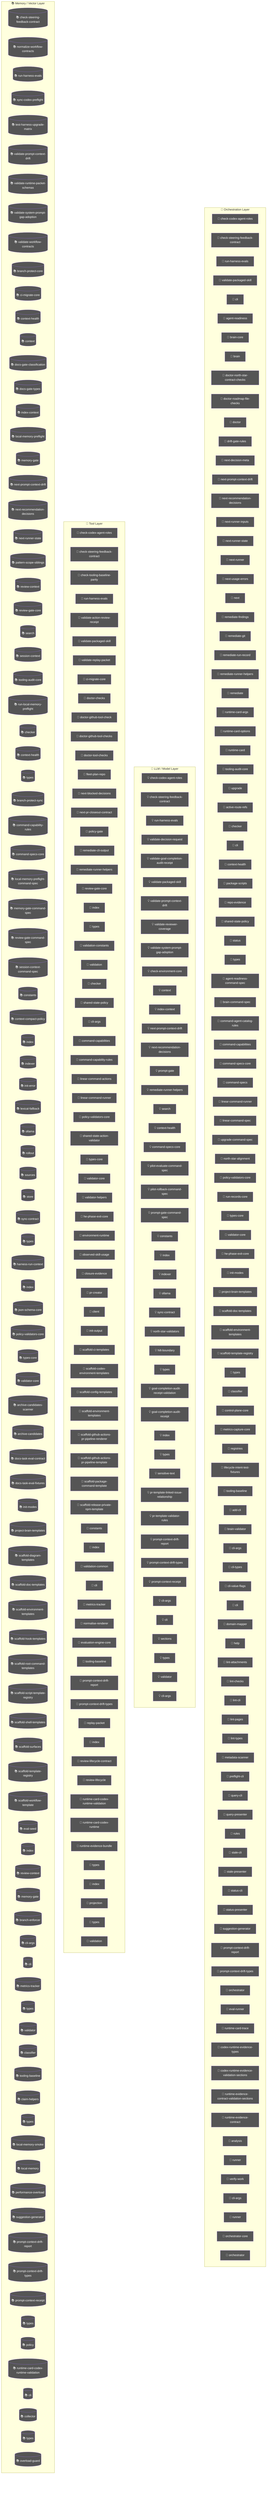
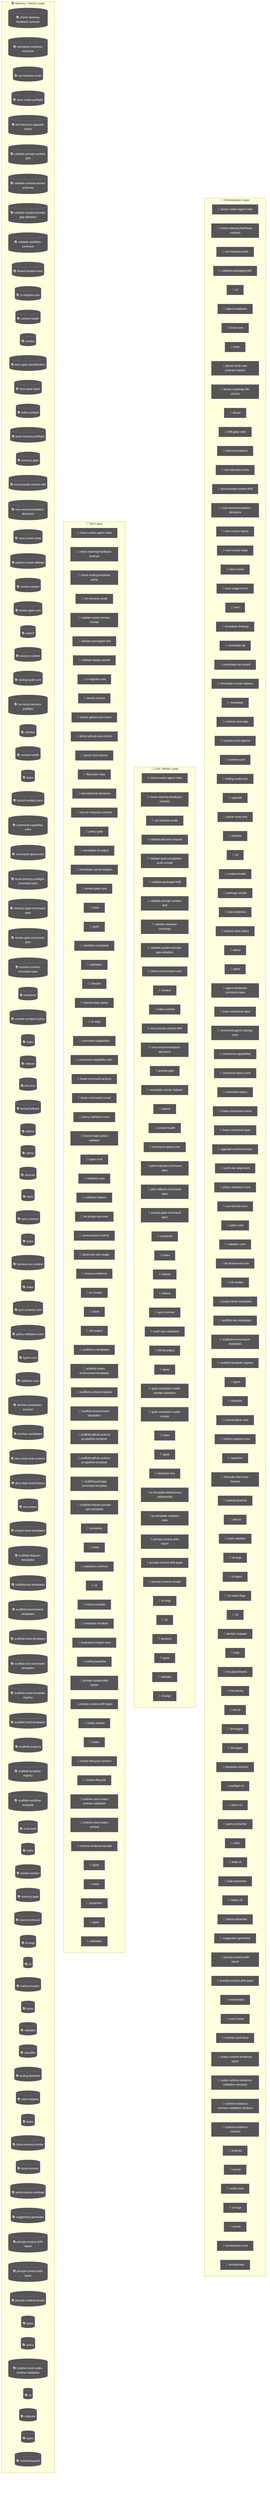
flowchart TD
  subgraph Orchestration["🎯 Orchestration Layer"]
    node_agent_mmd_orchestration_layer_orchestration_chec_7a9f0b64["🤖 check-codex-agent-roles"]
    node_agent_mmd_orchestration_layer_orchestration_chec_7fd47f5c["🤖 check-steering-feedback-contract"]
    node_agent_mmd_orchestration_layer_orchestration_run__18817957["🤖 run-harness-evals"]
    node_agent_mmd_orchestration_layer_orchestration_vali_c01b04be["🤖 validate-packaged-skill"]
    cli_99bb8840["🤖 cli"]
    agent_readiness_c82c68e6["🤖 agent-readiness"]
    brain_core_aa07c380["🤖 brain-core"]
    brain_bbbf7a64["🤖 brain"]
    doctor_north_star_contract_checks_0048124c["🤖 doctor-north-star-contract-checks"]
    doctor_roadmap_file_checks_14447b8e["🤖 doctor-roadmap-file-checks"]
    doctor_72f4be89["🤖 doctor"]
    drift_gate_rules_9685e72d["🤖 drift-gate-rules"]
+     next_cli_evidence_2385bd04["🤖 next-cli-evidence"]
    next_decision_meta_c58bc91b["🤖 next-decision-meta"]
    node_agent_mmd_orchestration_layer_orchestration_next_bd28cb25["🤖 next-prompt-context-drift"]
    node_agent_mmd_orchestration_layer_orchestration_next_2419fcae["🤖 next-recommendation-decisions"]
    next_runner_inputs_754dba64["🤖 next-runner-inputs"]
    node_agent_mmd_orchestration_layer_orchestration_next_5393fba1["🤖 next-runner-state"]
    next_runner_41643472["🤖 next-runner"]
    next_usage_errors_837a345a["🤖 next-usage-errors"]
    next_c6c1c9a9["🤖 next"]
    remediate_findings_8b09c8c6["🤖 remediate-findings"]
    remediate_git_58c6f6f4["🤖 remediate-git"]
    remediate_run_record_9dfe5dc1["🤖 remediate-run-record"]
    node_agent_mmd_orchestration_layer_orchestration_reme_359fe98f["🤖 remediate-runner-helpers"]
    remediate_06b9c7fc["🤖 remediate"]
    runtime_card_args_2b3d4b28["🤖 runtime-card-args"]
    runtime_card_options_c9156ad5["🤖 runtime-card-options"]
    runtime_card_e06b53e1["🤖 runtime-card"]
    node_agent_mmd_orchestration_layer_orchestration_tool_acfe0c01["🤖 tooling-audit-core"]
    upgrade_7fef9479["🤖 upgrade"]
    active_route_refs_d7a46846["🤖 active-route-refs"]
    node_agent_mmd_orchestration_layer_orchestration_chec_0550c395["🤖 checker"]
    cli_1_084e05fe["🤖 cli"]
    node_agent_mmd_orchestration_layer_orchestration_cont_61b3b9c9["🤖 context-health"]
    package_scripts_3ee6150f["🤖 package-scripts"]
    repo_evidence_38bb1de5["🤖 repo-evidence"]
    node_agent_mmd_orchestration_layer_orchestration_shar_724ef5f0["🤖 shared-state-policy"]
    status_073c1634["🤖 status"]
    node_agent_mmd_orchestration_layer_orchestration_type_4f906dcc["🤖 types"]
    agent_readiness_command_spec_a30c2c1e["🤖 agent-readiness-command-spec"]
    brain_command_spec_15b122d5["🤖 brain-command-spec"]
    command_agent_catalog_rules_8e06b2af["🤖 command-agent-catalog-rules"]
    node_agent_mmd_orchestration_layer_orchestration_comm_6e41a7f7["🤖 command-capabilities"]
    node_agent_mmd_orchestration_layer_orchestration_comm_1f8cc24c["🤖 command-specs-core"]
    command_specs_69167c63["🤖 command-specs"]
    node_agent_mmd_orchestration_layer_orchestration_line_b67affd5["🤖 linear-command-runner"]
    linear_command_spec_1e12dd44["🤖 linear-command-spec"]
    upgrade_command_spec_03f6c7bd["🤖 upgrade-command-spec"]
    north_star_alignment_00440188["🤖 north-star-alignment"]
    node_agent_mmd_orchestration_layer_orchestration_poli_3270b55d["🤖 policy-validators-core"]
    run_records_core_89286dfa["🤖 run-records-core"]
    node_agent_mmd_orchestration_layer_orchestration_type_7cf81261["🤖 types-core"]
    node_agent_mmd_orchestration_layer_orchestration_vali_d9fe99e6["🤖 validator-core"]
    node_agent_mmd_orchestration_layer_orchestration_he_p_fc778c24["🤖 he-phase-exit-core"]
    node_agent_mmd_orchestration_layer_orchestration_init_2a9c3ecb["🤖 init-modes"]
    node_agent_mmd_orchestration_layer_orchestration_proj_6ab6f60f["🤖 project-brain-templates"]
    node_agent_mmd_orchestration_layer_orchestration_scaf_12cc07db["🤖 scaffold-doc-templates"]
    node_agent_mmd_orchestration_layer_orchestration_scaf_c9a90c2f["🤖 scaffold-environment-templates"]
    node_agent_mmd_orchestration_layer_orchestration_scaf_ff8f92f6["🤖 scaffold-template-registry"]
    types_17_ed30531c["🤖 types"]
    node_agent_mmd_orchestration_layer_orchestration_clas_899b821a["🤖 classifier"]
    control_plane_core_db3b4cb2["🤖 control-plane-core"]
    metrics_capture_core_db4bf7cf["🤖 metrics-capture-core"]
    registries_06402afa["🤖 registries"]
    lifecycle_intent_test_fixtures_a53c7ada["🤖 lifecycle-intent-test-fixtures"]
    node_agent_mmd_orchestration_layer_orchestration_tool_cc43149f["🤖 tooling-baseline"]
    add_cli_7614de25["🤖 add-cli"]
    brain_validator_be251832["🤖 brain-validator"]
    cli_args_8_d546936e["🤖 cli-args"]
    cli_types_1686e858["🤖 cli-types"]
    cli_value_flags_732a8e43["🤖 cli-value-flags"]
    cli_10_35dc8cbd["🤖 cli"]
    domain_mapper_cd9333d2["🤖 domain-mapper"]
    help_106a5842["🤖 help"]
    lint_attachments_873c0632["🤖 lint-attachments"]
    lint_checks_83522b19["🤖 lint-checks"]
    lint_cli_9ec62ec0["🤖 lint-cli"]
    lint_pages_e33301d0["🤖 lint-pages"]
    lint_types_2862c255["🤖 lint-types"]
    metadata_scanner_6a101b66["🤖 metadata-scanner"]
    preflight_cli_5d148379["🤖 preflight-cli"]
    query_cli_b95be64d["🤖 query-cli"]
    query_presenter_02e6077c["🤖 query-presenter"]
    rules_6c621d1a["🤖 rules"]
    stale_cli_64548720["🤖 stale-cli"]
    stale_presenter_1de4e3a2["🤖 stale-presenter"]
    status_cli_4c24a0d6["🤖 status-cli"]
    status_presenter_8de686c1["🤖 status-presenter"]
    node_agent_mmd_orchestration_layer_orchestration_sugg_85c5ebe3["🤖 suggestion-generator"]
    node_agent_mmd_orchestration_layer_orchestration_prom_d17b4de2["🤖 prompt-context-drift-report"]
    node_agent_mmd_orchestration_layer_orchestration_prom_77088997["🤖 prompt-context-drift-types"]
    orchestrator_11376b7e["🤖 orchestrator"]
    eval_runner_0966a6b3["🤖 eval-runner"]
    runtime_card_trace_64a5ca95["🤖 runtime-card-trace"]
    codex_runtime_evidence_types_f55808dd["🤖 codex-runtime-evidence-types"]
    codex_runtime_evidence_validation_sections_6d236b4a["🤖 codex-runtime-evidence-validation-sections"]
    runtime_evidence_contract_validation_sections_1779ca7c["🤖 runtime-evidence-contract-validation-sections"]
    runtime_evidence_contract_0f7b15b2["🤖 runtime-evidence-contract"]
    analysis_f44e85c4["🤖 analysis"]
    runner_527aa9f4["🤖 runner"]
    verify_work_1_cd8e7ec3["🤖 verify-work"]
    cli_args_14_3481043e["🤖 cli-args"]
    runner_1_6f281bf8["🤖 runner"]
    orchestrator_core_d0678b53["🤖 orchestrator-core"]
    orchestrator_1_6b7137c5["🤖 orchestrator"]
  end
  subgraph LLMLayer["🧠 LLM / Model Layer"]
    node_agent_mmd_llm_model_layer_llmlayer_check_codex_a_29e7b7fa["💡 check-codex-agent-roles"]
    node_agent_mmd_llm_model_layer_llmlayer_check_steerin_0e1bf90d["💡 check-steering-feedback-contract"]
    node_agent_mmd_llm_model_layer_llmlayer_run_harness_e_603fcfdc["💡 run-harness-evals"]
    validate_decision_request_2e5c325e["💡 validate-decision-request"]
    validate_goal_completion_audit_receipt_100d252c["💡 validate-goal-completion-audit-receipt"]
    node_agent_mmd_llm_model_layer_llmlayer_validate_pack_2a12e1f4["💡 validate-packaged-skill"]
    node_agent_mmd_llm_model_layer_llmlayer_validate_prom_9880f764["💡 validate-prompt-context-drift"]
    validate_reviewer_coverage_251efee3["💡 validate-reviewer-coverage"]
    node_agent_mmd_llm_model_layer_llmlayer_validate_syst_5636156e["💡 validate-system-prompt-gap-adoption"]
    check_environment_core_2c16213f["💡 check-environment-core"]
    node_agent_mmd_llm_model_layer_llmlayer_context_conte_ad2dfbd9["💡 context"]
    node_agent_mmd_llm_model_layer_llmlayer_index_context_1041bd11["💡 index-context"]
    node_agent_mmd_llm_model_layer_llmlayer_next_prompt_c_bdfb9c8c["💡 next-prompt-context-drift"]
    node_agent_mmd_llm_model_layer_llmlayer_next_recommen_b2930791["💡 next-recommendation-decisions"]
    prompt_gate_c5e9d207["💡 prompt-gate"]
    node_agent_mmd_llm_model_layer_llmlayer_remediate_run_9e3d4585["💡 remediate-runner-helpers"]
    node_agent_mmd_llm_model_layer_llmlayer_search_search_66b9a911["💡 search"]
    node_agent_mmd_llm_model_layer_llmlayer_context_healt_cfc0bfa8["💡 context-health"]
    node_agent_mmd_llm_model_layer_llmlayer_command_specs_782af9fa["💡 command-specs-core"]
    pilot_evaluate_command_spec_1084ea72["💡 pilot-evaluate-command-spec"]
    pilot_rollback_command_spec_4fe69f7d["💡 pilot-rollback-command-spec"]
    prompt_gate_command_spec_9a941482["💡 prompt-gate-command-spec"]
    node_agent_mmd_llm_model_layer_llmlayer_constants_con_c9bd3f6c["💡 constants"]
    node_agent_mmd_llm_model_layer_llmlayer_index_index_1_02e160ff["💡 index"]
    node_agent_mmd_llm_model_layer_llmlayer_indexer_index_4f4deef5["💡 indexer"]
    node_agent_mmd_llm_model_layer_llmlayer_ollama_ollama_968b23fa["💡 ollama"]
    node_agent_mmd_llm_model_layer_llmlayer_sync_contract_9f3cc8c1["💡 sync-contract"]
    north_star_validators_cfc926ce["💡 north-star-validators"]
    hilt_boundary_9b36fb15["💡 hilt-boundary"]
    types_10_75e5a4a0["💡 types"]
    goal_completion_audit_receipt_validation_9d0f4891["💡 goal-completion-audit-receipt-validation"]
    goal_completion_audit_receipt_5e4939c3["💡 goal-completion-audit-receipt"]
    index_5_522f772a["💡 index"]
    node_agent_mmd_llm_model_layer_llmlayer_constants_con_c9bd3f6c["💡 constants"]
    types_18_37582e2a["💡 types"]
    sensitive_text_7c11f760["💡 sensitive-text"]
    pr_template_linked_issue_relationship_a7b61f2c["💡 pr-template-linked-issue-relationship"]
    pr_template_validator_rules_20a32d6b["💡 pr-template-validator-rules"]
    node_agent_mmd_llm_model_layer_llmlayer_index_index_1_02e160ff["💡 index"]
    node_agent_mmd_llm_model_layer_llmlayer_prompt_contex_81f9066a["💡 prompt-context-drift-report"]
    node_agent_mmd_llm_model_layer_llmlayer_prompt_contex_e5066b88["💡 prompt-context-drift-types"]
    node_agent_mmd_llm_model_layer_llmlayer_index_index_1_02e160ff["💡 index"]
    node_agent_mmd_llm_model_layer_llmlayer_prompt_contex_6426acc2["💡 prompt-context-receipt"]
    cli_args_9_9c136878["💡 cli-args"]
    cli_11_338a8415["💡 cli"]
    sections_4697ef32["💡 sections"]
    types_28_4476fcc6["💡 types"]
    validator_7_f836eb0e["💡 validator"]
    cli_args_10_861cdd3f["💡 cli-args"]
  end
  subgraph ToolLayer["🔧 Tool Layer"]
    node_agent_mmd_tool_layer_toollayer_check_codex_agent_4b361d5a["🔧 check-codex-agent-roles"]
    node_agent_mmd_tool_layer_toollayer_check_steering_fe_eafecf3a["🔧 check-steering-feedback-contract"]
    check_tooling_baseline_parity_3124b30a["🔧 check-tooling-baseline-parity"]
    node_agent_mmd_tool_layer_toollayer_run_harness_evals_e2ee24f1["🔧 run-harness-evals"]
    validate_action_review_receipt_fa2f06c3["🔧 validate-action-review-receipt"]
    node_agent_mmd_tool_layer_toollayer_validate_packaged_2855c827["🔧 validate-packaged-skill"]
    validate_replay_packet_f309747e["🔧 validate-replay-packet"]
    node_agent_mmd_tool_layer_toollayer_ci_migrate_core_c_049f8460["🔧 ci-migrate-core"]
    doctor_checks_5a2eb2b9["🔧 doctor-checks"]
    doctor_github_tool_check_e0a938df["🔧 doctor-github-tool-check"]
    doctor_github_tool_checks_a53b0382["🔧 doctor-github-tool-checks"]
    doctor_tool_checks_4acac51a["🔧 doctor-tool-checks"]
    fleet_plan_repo_ecdc6499["🔧 fleet-plan-repo"]
    next_blocked_decisions_4140ad2b["🔧 next-blocked-decisions"]
    next_pr_closeout_contract_af31d30a["🔧 next-pr-closeout-contract"]
    policy_gate_213f7313["🔧 policy-gate"]
    remediate_cli_output_cc165396["🔧 remediate-cli-output"]
    node_agent_mmd_tool_layer_toollayer_remediate_runner__c003b871["🔧 remediate-runner-helpers"]
    node_agent_mmd_tool_layer_toollayer_review_gate_core__7704598b["🔧 review-gate-core"]
    index_1bc04b52["🔧 index"]
    types_1_4ecdf56e["🔧 types"]
    validation_constants_e002a0f6["🔧 validation-constants"]
    validation_98c41dcd["🔧 validation"]
    node_agent_mmd_tool_layer_toollayer_checker_checker_2_453d593b["🔧 checker"]
    node_agent_mmd_tool_layer_toollayer_shared_state_poli_53734acd["🔧 shared-state-policy"]
    cli_args_1_6144b055["🔧 cli-args"]
    node_agent_mmd_tool_layer_toollayer_command_capabilit_7fe13db1["🔧 command-capabilities"]
    node_agent_mmd_tool_layer_toollayer_command_capabilit_e97a4615["🔧 command-capability-rules"]
    linear_command_actions_e430f4f4["🔧 linear-command-actions"]
    node_agent_mmd_tool_layer_toollayer_linear_command_ru_d6763748["🔧 linear-command-runner"]
    node_agent_mmd_tool_layer_toollayer_policy_validators_af136abf["🔧 policy-validators-core"]
    shared_state_action_validator_e7b128cd["🔧 shared-state-action-validator"]
    node_agent_mmd_tool_layer_toollayer_types_core_types__6c8319b6["🔧 types-core"]
    node_agent_mmd_tool_layer_toollayer_validator_core_va_6ef6131f["🔧 validator-core"]
    validator_helpers_7b927667["🔧 validator-helpers"]
    node_agent_mmd_tool_layer_toollayer_he_phase_exit_cor_af016160["🔧 he-phase-exit-core"]
    environment_runtime_3206f0a8["🔧 environment-runtime"]
    observed_skill_usage_ed7d5930["🔧 observed-skill-usage"]
    closure_evidence_aaa31467["🔧 closure-evidence"]
    pr_creator_dc6b1ea4["🔧 pr-creator"]
    client_948fe603["🔧 client"]
    init_output_360dce91["🔧 init-output"]
    scaffold_ci_templates_2afd6392["🔧 scaffold-ci-templates"]
    scaffold_codex_environment_templates_334fbbed["🔧 scaffold-codex-environment-templates"]
    scaffold_config_templates_4b80ce53["🔧 scaffold-config-templates"]
    node_agent_mmd_tool_layer_toollayer_scaffold_environm_c1afc013["🔧 scaffold-environment-templates"]
    scaffold_github_actions_pr_pipeline_renderer_1ee18de5["🔧 scaffold-github-actions-pr-pipeline-renderer"]
    scaffold_github_actions_pr_pipeline_template_e2b85f62["🔧 scaffold-github-actions-pr-pipeline-template"]
    scaffold_package_command_template_80e32e83["🔧 scaffold-package-command-template"]
    scaffold_release_private_npm_template_075499f8["🔧 scaffold-release-private-npm-template"]
    node_agent_mmd_tool_layer_toollayer_constants_constan_9d71b829["🔧 constants"]
    index_9_32dd4d91["🔧 index"]
    validation_common_6161e48b["🔧 validation-common"]
    node_agent_mmd_tool_layer_toollayer_cli_cli_2_1_32d9eeaf["🔧 cli"]
    node_agent_mmd_tool_layer_toollayer_metrics_tracker_m_4c9237d8["🔧 metrics-tracker"]
    normalise_renderer_85f2e563["🔧 normalise-renderer"]
    evaluation_engine_core_e054fe49["🔧 evaluation-engine-core"]
    node_agent_mmd_tool_layer_toollayer_tooling_baseline__61e66e9f["🔧 tooling-baseline"]
    node_agent_mmd_tool_layer_toollayer_prompt_context_dr_a2772f2b["🔧 prompt-context-drift-report"]
    node_agent_mmd_tool_layer_toollayer_prompt_context_dr_bd82da46["🔧 prompt-context-drift-types"]
    replay_packet_a1293f88["🔧 replay-packet"]
    index_14_d982116c["🔧 index"]
    review_lifecycle_contract_e5447221["🔧 review-lifecycle-contract"]
    review_lifecycle_89afa64c["🔧 review-lifecycle"]
    node_agent_mmd_tool_layer_toollayer_runtime_card_code_3636ceac["🔧 runtime-card-codex-runtime-validation"]
    runtime_card_codex_runtime_0655e230["🔧 runtime-card-codex-runtime"]
    runtime_evidence_bundle_d471a232["🔧 runtime-evidence-bundle"]
    types_37_32ccf9f9["🔧 types"]
    index_17_642943a2["🔧 index"]
    projection_1b250ea1["🔧 projection"]
    types_39_d07de160["🔧 types"]
-     validation_7_c4e6d8b6["🔧 validation"]
+     validation_8_b9fa10af["🔧 validation"]
  end
  subgraph MemoryLayer["📚 Memory / Vector Layer"]
    node_agent_mmd_memory_vector_layer_memorylayer_check__64c86928[("📚 check-steering-feedback-contract")]
    normalize_workflow_contracts_8701f1c8[("📚 normalize-workflow-contracts")]
    node_agent_mmd_memory_vector_layer_memorylayer_run_ha_5b637d0d[("📚 run-harness-evals")]
    sync_codex_preflight_7e7a8dc2[("📚 sync-codex-preflight")]
    test_harness_upgrade_matrix_84113c4e[("📚 test-harness-upgrade-matrix")]
    node_agent_mmd_memory_vector_layer_memorylayer_valida_c52c4db8[("📚 validate-prompt-context-drift")]
    validate_runtime_packet_schemas_bc3ba8ec[("📚 validate-runtime-packet-schemas")]
    node_agent_mmd_memory_vector_layer_memorylayer_valida_db599a97[("📚 validate-system-prompt-gap-adoption")]
    validate_workflow_contracts_33dc063c[("📚 validate-workflow-contracts")]
    branch_protect_core_a8feb0fd[("📚 branch-protect-core")]
    node_agent_mmd_memory_vector_layer_memorylayer_ci_mig_0cd5b1a4[("📚 ci-migrate-core")]
    context_health_80bb7da9[("📚 context-health")]
    node_agent_mmd_memory_vector_layer_memorylayer_contex_78ceaaa9[("📚 context")]
    docs_gate_classification_2f51c90b[("📚 docs-gate-classification")]
    docs_gate_types_d285abb6[("📚 docs-gate-types")]
    node_agent_mmd_memory_vector_layer_memorylayer_index__6f3402d0[("📚 index-context")]
    local_memory_preflight_dcc36c42[("📚 local-memory-preflight")]
    memory_gate_a577a506[("📚 memory-gate")]
    node_agent_mmd_memory_vector_layer_memorylayer_next_p_25a3d4ff[("📚 next-prompt-context-drift")]
    node_agent_mmd_memory_vector_layer_memorylayer_next_r_ef64c9f9[("📚 next-recommendation-decisions")]
    node_agent_mmd_memory_vector_layer_memorylayer_next_r_7feb80cc[("📚 next-runner-state")]
    pattern_scope_siblings_43abe000[("📚 pattern-scope-siblings")]
    review_context_ca6cf81d[("📚 review-context")]
    node_agent_mmd_memory_vector_layer_memorylayer_review_5bee9816[("📚 review-gate-core")]
    node_agent_mmd_memory_vector_layer_memorylayer_search_ac35cb7e[("📚 search")]
    session_context_e5ec72c0[("📚 session-context")]
    node_agent_mmd_memory_vector_layer_memorylayer_toolin_a1185b8f[("📚 tooling-audit-core")]
    run_local_memory_preflight_36e92808[("📚 run-local-memory-preflight")]
    node_agent_mmd_memory_vector_layer_memorylayer_checke_a583eb4f[("📚 checker")]
    node_agent_mmd_memory_vector_layer_memorylayer_contex_3204aa0e[("📚 context-health")]
    node_agent_mmd_memory_vector_layer_memorylayer_types__9ad640a0[("📚 types")]
    branch_protect_sync_570adb18[("📚 branch-protect-sync")]
    node_agent_mmd_memory_vector_layer_memorylayer_comman_c72a5d05[("📚 command-capability-rules")]
    node_agent_mmd_memory_vector_layer_memorylayer_comman_111eb454[("📚 command-specs-core")]
    local_memory_preflight_command_spec_9e23f3ce[("📚 local-memory-preflight-command-spec")]
    memory_gate_command_spec_dc9001a9[("📚 memory-gate-command-spec")]
    review_gate_command_spec_3187376a[("📚 review-gate-command-spec")]
    session_context_command_spec_973afbb1[("📚 session-context-command-spec")]
    node_agent_mmd_memory_vector_layer_memorylayer_consta_702d3f46[("📚 constants")]
    context_compact_policy_3dcaf95d[("📚 context-compact-policy")]
    node_agent_mmd_memory_vector_layer_memorylayer_index__752bc61e[("📚 index")]
    node_agent_mmd_memory_vector_layer_memorylayer_indexe_93e6d86f[("📚 indexer")]
    init_error_5c7dd49f[("📚 init-error")]
    lexical_fallback_723e2b3e[("📚 lexical-fallback")]
    node_agent_mmd_memory_vector_layer_memorylayer_ollama_6d51be16[("📚 ollama")]
    rollout_a4fa034c[("📚 rollout")]
    sources_878a52fc[("📚 sources")]
    store_824d80d7[("📚 store")]
    node_agent_mmd_memory_vector_layer_memorylayer_sync_c_e43418bc[("📚 sync-contract")]
    types_8_f6283648[("📚 types")]
    harness_run_context_ac7c77a9[("📚 harness-run-context")]
    index_4_013aa0e3[("📚 index")]
    json_schema_core_96d7e328[("📚 json-schema-core")]
    node_agent_mmd_memory_vector_layer_memorylayer_policy_1944de42[("📚 policy-validators-core")]
    node_agent_mmd_memory_vector_layer_memorylayer_types__83f369fa[("📚 types-core")]
    node_agent_mmd_memory_vector_layer_memorylayer_valida_41034356[("📚 validator-core")]
    archive_candidates_scanner_d0931789[("📚 archive-candidates-scanner")]
    archive_candidates_dc0e40e1[("📚 archive-candidates")]
    docs_task_eval_contract_79347457[("📚 docs-task-eval-contract")]
    docs_task_eval_fixtures_44902755[("📚 docs-task-eval-fixtures")]
    node_agent_mmd_memory_vector_layer_memorylayer_init_m_333d02c5[("📚 init-modes")]
    node_agent_mmd_memory_vector_layer_memorylayer_projec_3ae304d9[("📚 project-brain-templates")]
    scaffold_diagram_templates_dd88e83c[("📚 scaffold-diagram-templates")]
    node_agent_mmd_memory_vector_layer_memorylayer_scaffo_5fd73b94[("📚 scaffold-doc-templates")]
    node_agent_mmd_memory_vector_layer_memorylayer_scaffo_12b42341[("📚 scaffold-environment-templates")]
    scaffold_hook_templates_8c74ab50[("📚 scaffold-hook-templates")]
    scaffold_root_command_templates_404fed7f[("📚 scaffold-root-command-templates")]
    scaffold_script_template_registry_69312d4e[("📚 scaffold-script-template-registry")]
    scaffold_shell_templates_0ad0f915[("📚 scaffold-shell-templates")]
    scaffold_surfaces_12d6494e[("📚 scaffold-surfaces")]
    node_agent_mmd_memory_vector_layer_memorylayer_scaffo_a86eece1[("📚 scaffold-template-registry")]
    scaffold_workflow_template_92310587[("📚 scaffold-workflow-template")]
    eval_seed_5699fd3e[("📚 eval-seed")]
    index_10_f6785a46[("📚 index")]
    review_context_1_e3afed15[("📚 review-context")]
    memory_gate_1_265164ac[("📚 memory-gate")]
    branch_enforcer_acb749cd[("📚 branch-enforcer")]
    cli_args_5_09ea29f0[("📚 cli-args")]
    node_agent_mmd_memory_vector_layer_memorylayer_cli_cl_1f1f89ab[("📚 cli")]
    node_agent_mmd_memory_vector_layer_memorylayer_metric_12562178[("📚 metrics-tracker")]
    types_20_071a0112[("📚 types")]
    validator_5_b19ac2be[("📚 validator")]
    node_agent_mmd_memory_vector_layer_memorylayer_classi_1ebbf5ff[("📚 classifier")]
    node_agent_mmd_memory_vector_layer_memorylayer_toolin_14f86b00[("📚 tooling-baseline")]
    claim_helpers_20dc8387[("📚 claim-helpers")]
    types_25_89d086aa[("📚 types")]
    local_memory_smoke_1175abfc[("📚 local-memory-smoke")]
    local_memory_0db17ecc[("📚 local-memory")]
    performance_overload_c685bfcf[("📚 performance-overload")]
    node_agent_mmd_memory_vector_layer_memorylayer_sugges_267f408d[("📚 suggestion-generator")]
    node_agent_mmd_memory_vector_layer_memorylayer_index__752bc61e[("📚 index")]
    node_agent_mmd_memory_vector_layer_memorylayer_prompt_ae34fc43[("📚 prompt-context-drift-report")]
    node_agent_mmd_memory_vector_layer_memorylayer_prompt_efd77624[("📚 prompt-context-drift-types")]
    node_agent_mmd_memory_vector_layer_memorylayer_index__752bc61e[("📚 index")]
    node_agent_mmd_memory_vector_layer_memorylayer_prompt_55c0d605[("📚 prompt-context-receipt")]
    types_32_bfe791ff[("📚 types")]
    policy_1_fc4198db[("📚 policy")]
    node_agent_mmd_memory_vector_layer_memorylayer_runtim_a5d23e7f[("📚 runtime-card-codex-runtime-validation")]
    cli_12_01c06c37[("📚 cli")]
    collector_0736fd5b[("📚 collector")]
    types_35_93e66c64[("📚 types")]
    overload_guard_2748c559[("📚 overload-guard")]
  end
  classDef agentNode fill:#555,color:#fff
-   class node_agent_mmd_orchestration_layer_orchestration_chec_7a9f0b64,node_agent_mmd_llm_model_layer_llmlayer_check_codex_a_29e7b7fa,node_agent_mmd_tool_layer_toollayer_check_codex_agent_4b361d5a,node_agent_mmd_orchestration_layer_orchestration_chec_7fd47f5c,node_agent_mmd_llm_model_layer_llmlayer_check_steerin_0e1bf90d,node_agent_mmd_tool_layer_toollayer_check_steering_fe_eafecf3a,node_agent_mmd_memory_vector_layer_memorylayer_check__64c86928,node_agent_mmd_orchestration_layer_orchestration_run__18817957,node_agent_mmd_llm_model_layer_llmlayer_run_harness_e_603fcfdc,node_agent_mmd_tool_layer_toollayer_run_harness_evals_e2ee24f1,node_agent_mmd_memory_vector_layer_memorylayer_run_ha_5b637d0d,node_agent_mmd_orchestration_layer_orchestration_vali_c01b04be,node_agent_mmd_llm_model_layer_llmlayer_validate_pack_2a12e1f4,node_agent_mmd_tool_layer_toollayer_validate_packaged_2855c827,cli_99bb8840,agent_readiness_c82c68e6,brain_core_aa07c380,brain_bbbf7a64,doctor_north_star_contract_checks_0048124c,doctor_roadmap_file_checks_14447b8e,doctor_72f4be89,drift_gate_rules_9685e72d,next_decision_meta_c58bc91b,node_agent_mmd_orchestration_layer_orchestration_next_bd28cb25,node_agent_mmd_llm_model_layer_llmlayer_next_prompt_c_bdfb9c8c,node_agent_mmd_memory_vector_layer_memorylayer_next_p_25a3d4ff,node_agent_mmd_orchestration_layer_orchestration_next_2419fcae,node_agent_mmd_llm_model_layer_llmlayer_next_recommen_b2930791,node_agent_mmd_memory_vector_layer_memorylayer_next_r_ef64c9f9,next_runner_inputs_754dba64,node_agent_mmd_orchestration_layer_orchestration_next_5393fba1,node_agent_mmd_memory_vector_layer_memorylayer_next_r_7feb80cc,next_runner_41643472,next_usage_errors_837a345a,next_c6c1c9a9,remediate_findings_8b09c8c6,remediate_git_58c6f6f4,remediate_run_record_9dfe5dc1,node_agent_mmd_orchestration_layer_orchestration_reme_359fe98f,node_agent_mmd_llm_model_layer_llmlayer_remediate_run_9e3d4585,node_agent_mmd_tool_layer_toollayer_remediate_runner__c003b871,remediate_06b9c7fc,runtime_card_args_2b3d4b28,runtime_card_options_c9156ad5,runtime_card_e06b53e1,node_agent_mmd_orchestration_layer_orchestration_tool_acfe0c01,node_agent_mmd_memory_vector_layer_memorylayer_toolin_a1185b8f,upgrade_7fef9479,active_route_refs_d7a46846,node_agent_mmd_orchestration_layer_orchestration_chec_0550c395,node_agent_mmd_tool_layer_toollayer_checker_checker_2_453d593b,node_agent_mmd_memory_vector_layer_memorylayer_checke_a583eb4f,cli_1_084e05fe,node_agent_mmd_orchestration_layer_orchestration_cont_61b3b9c9,node_agent_mmd_llm_model_layer_llmlayer_context_healt_cfc0bfa8,node_agent_mmd_memory_vector_layer_memorylayer_contex_3204aa0e,package_scripts_3ee6150f,repo_evidence_38bb1de5,node_agent_mmd_orchestration_layer_orchestration_shar_724ef5f0,node_agent_mmd_tool_layer_toollayer_shared_state_poli_53734acd,status_073c1634,node_agent_mmd_orchestration_layer_orchestration_type_4f906dcc,node_agent_mmd_memory_vector_layer_memorylayer_types__9ad640a0,agent_readiness_command_spec_a30c2c1e,brain_command_spec_15b122d5,command_agent_catalog_rules_8e06b2af,node_agent_mmd_orchestration_layer_orchestration_comm_6e41a7f7,node_agent_mmd_tool_layer_toollayer_command_capabilit_7fe13db1,node_agent_mmd_orchestration_layer_orchestration_comm_1f8cc24c,node_agent_mmd_llm_model_layer_llmlayer_command_specs_782af9fa,node_agent_mmd_memory_vector_layer_memorylayer_comman_111eb454,command_specs_69167c63,node_agent_mmd_orchestration_layer_orchestration_line_b67affd5,node_agent_mmd_tool_layer_toollayer_linear_command_ru_d6763748,linear_command_spec_1e12dd44,upgrade_command_spec_03f6c7bd,north_star_alignment_00440188,node_agent_mmd_orchestration_layer_orchestration_poli_3270b55d,node_agent_mmd_tool_layer_toollayer_policy_validators_af136abf,node_agent_mmd_memory_vector_layer_memorylayer_policy_1944de42,run_records_core_89286dfa,node_agent_mmd_orchestration_layer_orchestration_type_7cf81261,node_agent_mmd_tool_layer_toollayer_types_core_types__6c8319b6,node_agent_mmd_memory_vector_layer_memorylayer_types__83f369fa,node_agent_mmd_orchestration_layer_orchestration_vali_d9fe99e6,node_agent_mmd_tool_layer_toollayer_validator_core_va_6ef6131f,node_agent_mmd_memory_vector_layer_memorylayer_valida_41034356,node_agent_mmd_orchestration_layer_orchestration_he_p_fc778c24,node_agent_mmd_tool_layer_toollayer_he_phase_exit_cor_af016160,node_agent_mmd_orchestration_layer_orchestration_init_2a9c3ecb,node_agent_mmd_memory_vector_layer_memorylayer_init_m_333d02c5,node_agent_mmd_orchestration_layer_orchestration_proj_6ab6f60f,node_agent_mmd_memory_vector_layer_memorylayer_projec_3ae304d9,node_agent_mmd_orchestration_layer_orchestration_scaf_12cc07db,node_agent_mmd_memory_vector_layer_memorylayer_scaffo_5fd73b94,node_agent_mmd_orchestration_layer_orchestration_scaf_c9a90c2f,node_agent_mmd_tool_layer_toollayer_scaffold_environm_c1afc013,node_agent_mmd_memory_vector_layer_memorylayer_scaffo_12b42341,node_agent_mmd_orchestration_layer_orchestration_scaf_ff8f92f6,node_agent_mmd_memory_vector_layer_memorylayer_scaffo_a86eece1,types_17_ed30531c,node_agent_mmd_orchestration_layer_orchestration_clas_899b821a,node_agent_mmd_memory_vector_layer_memorylayer_classi_1ebbf5ff,control_plane_core_db3b4cb2,metrics_capture_core_db4bf7cf,registries_06402afa,lifecycle_intent_test_fixtures_a53c7ada,node_agent_mmd_orchestration_layer_orchestration_tool_cc43149f,node_agent_mmd_tool_layer_toollayer_tooling_baseline__61e66e9f,node_agent_mmd_memory_vector_layer_memorylayer_toolin_14f86b00,add_cli_7614de25,brain_validator_be251832,cli_args_8_d546936e,cli_types_1686e858,cli_value_flags_732a8e43,cli_10_35dc8cbd,domain_mapper_cd9333d2,help_106a5842,lint_attachments_873c0632,lint_checks_83522b19,lint_cli_9ec62ec0,lint_pages_e33301d0,lint_types_2862c255,metadata_scanner_6a101b66,preflight_cli_5d148379,query_cli_b95be64d,query_presenter_02e6077c,rules_6c621d1a,stale_cli_64548720,stale_presenter_1de4e3a2,status_cli_4c24a0d6,status_presenter_8de686c1,node_agent_mmd_orchestration_layer_orchestration_sugg_85c5ebe3,node_agent_mmd_memory_vector_layer_memorylayer_sugges_267f408d,node_agent_mmd_orchestration_layer_orchestration_prom_d17b4de2,node_agent_mmd_llm_model_layer_llmlayer_prompt_contex_81f9066a,node_agent_mmd_tool_layer_toollayer_prompt_context_dr_a2772f2b,node_agent_mmd_memory_vector_layer_memorylayer_prompt_ae34fc43,node_agent_mmd_orchestration_layer_orchestration_prom_77088997,node_agent_mmd_llm_model_layer_llmlayer_prompt_contex_e5066b88,node_agent_mmd_tool_layer_toollayer_prompt_context_dr_bd82da46,node_agent_mmd_memory_vector_layer_memorylayer_prompt_efd77624,orchestrator_11376b7e,eval_runner_0966a6b3,runtime_card_trace_64a5ca95,codex_runtime_evidence_types_f55808dd,codex_runtime_evidence_validation_sections_6d236b4a,runtime_evidence_contract_validation_sections_1779ca7c,runtime_evidence_contract_0f7b15b2,analysis_f44e85c4,runner_527aa9f4,verify_work_1_cd8e7ec3,cli_args_14_3481043e,runner_1_6f281bf8,orchestrator_core_d0678b53,orchestrator_1_6b7137c5 agentNode
+   class node_agent_mmd_orchestration_layer_orchestration_chec_7a9f0b64,node_agent_mmd_llm_model_layer_llmlayer_check_codex_a_29e7b7fa,node_agent_mmd_tool_layer_toollayer_check_codex_agent_4b361d5a,node_agent_mmd_orchestration_layer_orchestration_chec_7fd47f5c,node_agent_mmd_llm_model_layer_llmlayer_check_steerin_0e1bf90d,node_agent_mmd_tool_layer_toollayer_check_steering_fe_eafecf3a,node_agent_mmd_memory_vector_layer_memorylayer_check__64c86928,node_agent_mmd_orchestration_layer_orchestration_run__18817957,node_agent_mmd_llm_model_layer_llmlayer_run_harness_e_603fcfdc,node_agent_mmd_tool_layer_toollayer_run_harness_evals_e2ee24f1,node_agent_mmd_memory_vector_layer_memorylayer_run_ha_5b637d0d,node_agent_mmd_orchestration_layer_orchestration_vali_c01b04be,node_agent_mmd_llm_model_layer_llmlayer_validate_pack_2a12e1f4,node_agent_mmd_tool_layer_toollayer_validate_packaged_2855c827,cli_99bb8840,agent_readiness_c82c68e6,brain_core_aa07c380,brain_bbbf7a64,doctor_north_star_contract_checks_0048124c,doctor_roadmap_file_checks_14447b8e,doctor_72f4be89,drift_gate_rules_9685e72d,next_cli_evidence_2385bd04,next_decision_meta_c58bc91b,node_agent_mmd_orchestration_layer_orchestration_next_bd28cb25,node_agent_mmd_llm_model_layer_llmlayer_next_prompt_c_bdfb9c8c,node_agent_mmd_memory_vector_layer_memorylayer_next_p_25a3d4ff,node_agent_mmd_orchestration_layer_orchestration_next_2419fcae,node_agent_mmd_llm_model_layer_llmlayer_next_recommen_b2930791,node_agent_mmd_memory_vector_layer_memorylayer_next_r_ef64c9f9,next_runner_inputs_754dba64,node_agent_mmd_orchestration_layer_orchestration_next_5393fba1,node_agent_mmd_memory_vector_layer_memorylayer_next_r_7feb80cc,next_runner_41643472,next_usage_errors_837a345a,next_c6c1c9a9,remediate_findings_8b09c8c6,remediate_git_58c6f6f4,remediate_run_record_9dfe5dc1,node_agent_mmd_orchestration_layer_orchestration_reme_359fe98f,node_agent_mmd_llm_model_layer_llmlayer_remediate_run_9e3d4585,node_agent_mmd_tool_layer_toollayer_remediate_runner__c003b871,remediate_06b9c7fc,runtime_card_args_2b3d4b28,runtime_card_options_c9156ad5,runtime_card_e06b53e1,node_agent_mmd_orchestration_layer_orchestration_tool_acfe0c01,node_agent_mmd_memory_vector_layer_memorylayer_toolin_a1185b8f,upgrade_7fef9479,active_route_refs_d7a46846,node_agent_mmd_orchestration_layer_orchestration_chec_0550c395,node_agent_mmd_tool_layer_toollayer_checker_checker_2_453d593b,node_agent_mmd_memory_vector_layer_memorylayer_checke_a583eb4f,cli_1_084e05fe,node_agent_mmd_orchestration_layer_orchestration_cont_61b3b9c9,node_agent_mmd_llm_model_layer_llmlayer_context_healt_cfc0bfa8,node_agent_mmd_memory_vector_layer_memorylayer_contex_3204aa0e,package_scripts_3ee6150f,repo_evidence_38bb1de5,node_agent_mmd_orchestration_layer_orchestration_shar_724ef5f0,node_agent_mmd_tool_layer_toollayer_shared_state_poli_53734acd,status_073c1634,node_agent_mmd_orchestration_layer_orchestration_type_4f906dcc,node_agent_mmd_memory_vector_layer_memorylayer_types__9ad640a0,agent_readiness_command_spec_a30c2c1e,brain_command_spec_15b122d5,command_agent_catalog_rules_8e06b2af,node_agent_mmd_orchestration_layer_orchestration_comm_6e41a7f7,node_agent_mmd_tool_layer_toollayer_command_capabilit_7fe13db1,node_agent_mmd_orchestration_layer_orchestration_comm_1f8cc24c,node_agent_mmd_llm_model_layer_llmlayer_command_specs_782af9fa,node_agent_mmd_memory_vector_layer_memorylayer_comman_111eb454,command_specs_69167c63,node_agent_mmd_orchestration_layer_orchestration_line_b67affd5,node_agent_mmd_tool_layer_toollayer_linear_command_ru_d6763748,linear_command_spec_1e12dd44,upgrade_command_spec_03f6c7bd,north_star_alignment_00440188,node_agent_mmd_orchestration_layer_orchestration_poli_3270b55d,node_agent_mmd_tool_layer_toollayer_policy_validators_af136abf,node_agent_mmd_memory_vector_layer_memorylayer_policy_1944de42,run_records_core_89286dfa,node_agent_mmd_orchestration_layer_orchestration_type_7cf81261,node_agent_mmd_tool_layer_toollayer_types_core_types__6c8319b6,node_agent_mmd_memory_vector_layer_memorylayer_types__83f369fa,node_agent_mmd_orchestration_layer_orchestration_vali_d9fe99e6,node_agent_mmd_tool_layer_toollayer_validator_core_va_6ef6131f,node_agent_mmd_memory_vector_layer_memorylayer_valida_41034356,node_agent_mmd_orchestration_layer_orchestration_he_p_fc778c24,node_agent_mmd_tool_layer_toollayer_he_phase_exit_cor_af016160,node_agent_mmd_orchestration_layer_orchestration_init_2a9c3ecb,node_agent_mmd_memory_vector_layer_memorylayer_init_m_333d02c5,node_agent_mmd_orchestration_layer_orchestration_proj_6ab6f60f,node_agent_mmd_memory_vector_layer_memorylayer_projec_3ae304d9,node_agent_mmd_orchestration_layer_orchestration_scaf_12cc07db,node_agent_mmd_memory_vector_layer_memorylayer_scaffo_5fd73b94,node_agent_mmd_orchestration_layer_orchestration_scaf_c9a90c2f,node_agent_mmd_tool_layer_toollayer_scaffold_environm_c1afc013,node_agent_mmd_memory_vector_layer_memorylayer_scaffo_12b42341,node_agent_mmd_orchestration_layer_orchestration_scaf_ff8f92f6,node_agent_mmd_memory_vector_layer_memorylayer_scaffo_a86eece1,types_17_ed30531c,node_agent_mmd_orchestration_layer_orchestration_clas_899b821a,node_agent_mmd_memory_vector_layer_memorylayer_classi_1ebbf5ff,control_plane_core_db3b4cb2,metrics_capture_core_db4bf7cf,registries_06402afa,lifecycle_intent_test_fixtures_a53c7ada,node_agent_mmd_orchestration_layer_orchestration_tool_cc43149f,node_agent_mmd_tool_layer_toollayer_tooling_baseline__61e66e9f,node_agent_mmd_memory_vector_layer_memorylayer_toolin_14f86b00,add_cli_7614de25,brain_validator_be251832,cli_args_8_d546936e,cli_types_1686e858,cli_value_flags_732a8e43,cli_10_35dc8cbd,domain_mapper_cd9333d2,help_106a5842,lint_attachments_873c0632,lint_checks_83522b19,lint_cli_9ec62ec0,lint_pages_e33301d0,lint_types_2862c255,metadata_scanner_6a101b66,preflight_cli_5d148379,query_cli_b95be64d,query_presenter_02e6077c,rules_6c621d1a,stale_cli_64548720,stale_presenter_1de4e3a2,status_cli_4c24a0d6,status_presenter_8de686c1,node_agent_mmd_orchestration_layer_orchestration_sugg_85c5ebe3,node_agent_mmd_memory_vector_layer_memorylayer_sugges_267f408d,node_agent_mmd_orchestration_layer_orchestration_prom_d17b4de2,node_agent_mmd_llm_model_layer_llmlayer_prompt_contex_81f9066a,node_agent_mmd_tool_layer_toollayer_prompt_context_dr_a2772f2b,node_agent_mmd_memory_vector_layer_memorylayer_prompt_ae34fc43,node_agent_mmd_orchestration_layer_orchestration_prom_77088997,node_agent_mmd_llm_model_layer_llmlayer_prompt_contex_e5066b88,node_agent_mmd_tool_layer_toollayer_prompt_context_dr_bd82da46,node_agent_mmd_memory_vector_layer_memorylayer_prompt_efd77624,orchestrator_11376b7e,eval_runner_0966a6b3,runtime_card_trace_64a5ca95,codex_runtime_evidence_types_f55808dd,codex_runtime_evidence_validation_sections_6d236b4a,runtime_evidence_contract_validation_sections_1779ca7c,runtime_evidence_contract_0f7b15b2,analysis_f44e85c4,runner_527aa9f4,verify_work_1_cd8e7ec3,cli_args_14_3481043e,runner_1_6f281bf8,orchestrator_core_d0678b53,orchestrator_1_6b7137c5 agentNode
  classDef llmNode fill:#555,color:#fff
  class node_agent_mmd_orchestration_layer_orchestration_chec_7a9f0b64,node_agent_mmd_llm_model_layer_llmlayer_check_codex_a_29e7b7fa,node_agent_mmd_tool_layer_toollayer_check_codex_agent_4b361d5a,node_agent_mmd_orchestration_layer_orchestration_chec_7fd47f5c,node_agent_mmd_llm_model_layer_llmlayer_check_steerin_0e1bf90d,node_agent_mmd_tool_layer_toollayer_check_steering_fe_eafecf3a,node_agent_mmd_memory_vector_layer_memorylayer_check__64c86928,node_agent_mmd_orchestration_layer_orchestration_run__18817957,node_agent_mmd_llm_model_layer_llmlayer_run_harness_e_603fcfdc,node_agent_mmd_tool_layer_toollayer_run_harness_evals_e2ee24f1,node_agent_mmd_memory_vector_layer_memorylayer_run_ha_5b637d0d,validate_decision_request_2e5c325e,validate_goal_completion_audit_receipt_100d252c,node_agent_mmd_orchestration_layer_orchestration_vali_c01b04be,node_agent_mmd_llm_model_layer_llmlayer_validate_pack_2a12e1f4,node_agent_mmd_tool_layer_toollayer_validate_packaged_2855c827,node_agent_mmd_llm_model_layer_llmlayer_validate_prom_9880f764,node_agent_mmd_memory_vector_layer_memorylayer_valida_c52c4db8,validate_reviewer_coverage_251efee3,node_agent_mmd_llm_model_layer_llmlayer_validate_syst_5636156e,node_agent_mmd_memory_vector_layer_memorylayer_valida_db599a97,check_environment_core_2c16213f,node_agent_mmd_llm_model_layer_llmlayer_context_conte_ad2dfbd9,node_agent_mmd_memory_vector_layer_memorylayer_contex_78ceaaa9,node_agent_mmd_llm_model_layer_llmlayer_index_context_1041bd11,node_agent_mmd_memory_vector_layer_memorylayer_index__6f3402d0,node_agent_mmd_orchestration_layer_orchestration_next_bd28cb25,node_agent_mmd_llm_model_layer_llmlayer_next_prompt_c_bdfb9c8c,node_agent_mmd_memory_vector_layer_memorylayer_next_p_25a3d4ff,node_agent_mmd_orchestration_layer_orchestration_next_2419fcae,node_agent_mmd_llm_model_layer_llmlayer_next_recommen_b2930791,node_agent_mmd_memory_vector_layer_memorylayer_next_r_ef64c9f9,prompt_gate_c5e9d207,node_agent_mmd_orchestration_layer_orchestration_reme_359fe98f,node_agent_mmd_llm_model_layer_llmlayer_remediate_run_9e3d4585,node_agent_mmd_tool_layer_toollayer_remediate_runner__c003b871,node_agent_mmd_llm_model_layer_llmlayer_search_search_66b9a911,node_agent_mmd_memory_vector_layer_memorylayer_search_ac35cb7e,node_agent_mmd_orchestration_layer_orchestration_cont_61b3b9c9,node_agent_mmd_llm_model_layer_llmlayer_context_healt_cfc0bfa8,node_agent_mmd_memory_vector_layer_memorylayer_contex_3204aa0e,node_agent_mmd_orchestration_layer_orchestration_comm_1f8cc24c,node_agent_mmd_llm_model_layer_llmlayer_command_specs_782af9fa,node_agent_mmd_memory_vector_layer_memorylayer_comman_111eb454,pilot_evaluate_command_spec_1084ea72,pilot_rollback_command_spec_4fe69f7d,prompt_gate_command_spec_9a941482,node_agent_mmd_llm_model_layer_llmlayer_constants_con_c9bd3f6c,node_agent_mmd_memory_vector_layer_memorylayer_consta_702d3f46,node_agent_mmd_llm_model_layer_llmlayer_index_index_1_02e160ff,node_agent_mmd_memory_vector_layer_memorylayer_index__752bc61e,node_agent_mmd_llm_model_layer_llmlayer_indexer_index_4f4deef5,node_agent_mmd_memory_vector_layer_memorylayer_indexe_93e6d86f,node_agent_mmd_llm_model_layer_llmlayer_ollama_ollama_968b23fa,node_agent_mmd_memory_vector_layer_memorylayer_ollama_6d51be16,node_agent_mmd_llm_model_layer_llmlayer_sync_contract_9f3cc8c1,node_agent_mmd_memory_vector_layer_memorylayer_sync_c_e43418bc,north_star_validators_cfc926ce,hilt_boundary_9b36fb15,types_10_75e5a4a0,goal_completion_audit_receipt_validation_9d0f4891,goal_completion_audit_receipt_5e4939c3,index_5_522f772a,node_agent_mmd_tool_layer_toollayer_constants_constan_9d71b829,types_18_37582e2a,sensitive_text_7c11f760,pr_template_linked_issue_relationship_a7b61f2c,pr_template_validator_rules_20a32d6b,node_agent_mmd_orchestration_layer_orchestration_prom_d17b4de2,node_agent_mmd_llm_model_layer_llmlayer_prompt_contex_81f9066a,node_agent_mmd_tool_layer_toollayer_prompt_context_dr_a2772f2b,node_agent_mmd_memory_vector_layer_memorylayer_prompt_ae34fc43,node_agent_mmd_orchestration_layer_orchestration_prom_77088997,node_agent_mmd_llm_model_layer_llmlayer_prompt_contex_e5066b88,node_agent_mmd_tool_layer_toollayer_prompt_context_dr_bd82da46,node_agent_mmd_memory_vector_layer_memorylayer_prompt_efd77624,node_agent_mmd_llm_model_layer_llmlayer_prompt_contex_6426acc2,node_agent_mmd_memory_vector_layer_memorylayer_prompt_55c0d605,cli_args_9_9c136878,cli_11_338a8415,sections_4697ef32,types_28_4476fcc6,validator_7_f836eb0e,cli_args_10_861cdd3f llmNode
  classDef toolNode fill:#555,color:#fff
-   class node_agent_mmd_orchestration_layer_orchestration_chec_7a9f0b64,node_agent_mmd_llm_model_layer_llmlayer_check_codex_a_29e7b7fa,node_agent_mmd_tool_layer_toollayer_check_codex_agent_4b361d5a,node_agent_mmd_orchestration_layer_orchestration_chec_7fd47f5c,node_agent_mmd_llm_model_layer_llmlayer_check_steerin_0e1bf90d,node_agent_mmd_tool_layer_toollayer_check_steering_fe_eafecf3a,node_agent_mmd_memory_vector_layer_memorylayer_check__64c86928,check_tooling_baseline_parity_3124b30a,node_agent_mmd_orchestration_layer_orchestration_run__18817957,node_agent_mmd_llm_model_layer_llmlayer_run_harness_e_603fcfdc,node_agent_mmd_tool_layer_toollayer_run_harness_evals_e2ee24f1,node_agent_mmd_memory_vector_layer_memorylayer_run_ha_5b637d0d,validate_action_review_receipt_fa2f06c3,node_agent_mmd_orchestration_layer_orchestration_vali_c01b04be,node_agent_mmd_llm_model_layer_llmlayer_validate_pack_2a12e1f4,node_agent_mmd_tool_layer_toollayer_validate_packaged_2855c827,validate_replay_packet_f309747e,node_agent_mmd_tool_layer_toollayer_ci_migrate_core_c_049f8460,node_agent_mmd_memory_vector_layer_memorylayer_ci_mig_0cd5b1a4,doctor_checks_5a2eb2b9,doctor_github_tool_check_e0a938df,doctor_github_tool_checks_a53b0382,doctor_tool_checks_4acac51a,fleet_plan_repo_ecdc6499,next_blocked_decisions_4140ad2b,next_pr_closeout_contract_af31d30a,policy_gate_213f7313,remediate_cli_output_cc165396,node_agent_mmd_orchestration_layer_orchestration_reme_359fe98f,node_agent_mmd_llm_model_layer_llmlayer_remediate_run_9e3d4585,node_agent_mmd_tool_layer_toollayer_remediate_runner__c003b871,node_agent_mmd_tool_layer_toollayer_review_gate_core__7704598b,node_agent_mmd_memory_vector_layer_memorylayer_review_5bee9816,index_1bc04b52,types_1_4ecdf56e,validation_constants_e002a0f6,validation_98c41dcd,node_agent_mmd_orchestration_layer_orchestration_chec_0550c395,node_agent_mmd_tool_layer_toollayer_checker_checker_2_453d593b,node_agent_mmd_memory_vector_layer_memorylayer_checke_a583eb4f,node_agent_mmd_orchestration_layer_orchestration_shar_724ef5f0,node_agent_mmd_tool_layer_toollayer_shared_state_poli_53734acd,cli_args_1_6144b055,node_agent_mmd_orchestration_layer_orchestration_comm_6e41a7f7,node_agent_mmd_tool_layer_toollayer_command_capabilit_7fe13db1,node_agent_mmd_tool_layer_toollayer_command_capabilit_e97a4615,node_agent_mmd_memory_vector_layer_memorylayer_comman_c72a5d05,linear_command_actions_e430f4f4,node_agent_mmd_orchestration_layer_orchestration_line_b67affd5,node_agent_mmd_tool_layer_toollayer_linear_command_ru_d6763748,node_agent_mmd_orchestration_layer_orchestration_poli_3270b55d,node_agent_mmd_tool_layer_toollayer_policy_validators_af136abf,node_agent_mmd_memory_vector_layer_memorylayer_policy_1944de42,shared_state_action_validator_e7b128cd,node_agent_mmd_orchestration_layer_orchestration_type_7cf81261,node_agent_mmd_tool_layer_toollayer_types_core_types__6c8319b6,node_agent_mmd_memory_vector_layer_memorylayer_types__83f369fa,node_agent_mmd_orchestration_layer_orchestration_vali_d9fe99e6,node_agent_mmd_tool_layer_toollayer_validator_core_va_6ef6131f,node_agent_mmd_memory_vector_layer_memorylayer_valida_41034356,validator_helpers_7b927667,node_agent_mmd_orchestration_layer_orchestration_he_p_fc778c24,node_agent_mmd_tool_layer_toollayer_he_phase_exit_cor_af016160,environment_runtime_3206f0a8,observed_skill_usage_ed7d5930,closure_evidence_aaa31467,pr_creator_dc6b1ea4,client_948fe603,init_output_360dce91,scaffold_ci_templates_2afd6392,scaffold_codex_environment_templates_334fbbed,scaffold_config_templates_4b80ce53,node_agent_mmd_orchestration_layer_orchestration_scaf_c9a90c2f,node_agent_mmd_tool_layer_toollayer_scaffold_environm_c1afc013,node_agent_mmd_memory_vector_layer_memorylayer_scaffo_12b42341,scaffold_github_actions_pr_pipeline_renderer_1ee18de5,scaffold_github_actions_pr_pipeline_template_e2b85f62,scaffold_package_command_template_80e32e83,scaffold_release_private_npm_template_075499f8,node_agent_mmd_llm_model_layer_llmlayer_constants_con_c9bd3f6c,node_agent_mmd_tool_layer_toollayer_constants_constan_9d71b829,index_9_32dd4d91,validation_common_6161e48b,node_agent_mmd_tool_layer_toollayer_cli_cli_2_1_32d9eeaf,node_agent_mmd_memory_vector_layer_memorylayer_cli_cl_1f1f89ab,node_agent_mmd_tool_layer_toollayer_metrics_tracker_m_4c9237d8,node_agent_mmd_memory_vector_layer_memorylayer_metric_12562178,normalise_renderer_85f2e563,evaluation_engine_core_e054fe49,node_agent_mmd_orchestration_layer_orchestration_tool_cc43149f,node_agent_mmd_tool_layer_toollayer_tooling_baseline__61e66e9f,node_agent_mmd_memory_vector_layer_memorylayer_toolin_14f86b00,node_agent_mmd_orchestration_layer_orchestration_prom_d17b4de2,node_agent_mmd_llm_model_layer_llmlayer_prompt_contex_81f9066a,node_agent_mmd_tool_layer_toollayer_prompt_context_dr_a2772f2b,node_agent_mmd_memory_vector_layer_memorylayer_prompt_ae34fc43,node_agent_mmd_orchestration_layer_orchestration_prom_77088997,node_agent_mmd_llm_model_layer_llmlayer_prompt_contex_e5066b88,node_agent_mmd_tool_layer_toollayer_prompt_context_dr_bd82da46,node_agent_mmd_memory_vector_layer_memorylayer_prompt_efd77624,replay_packet_a1293f88,index_14_d982116c,review_lifecycle_contract_e5447221,review_lifecycle_89afa64c,node_agent_mmd_tool_layer_toollayer_runtime_card_code_3636ceac,node_agent_mmd_memory_vector_layer_memorylayer_runtim_a5d23e7f,runtime_card_codex_runtime_0655e230,runtime_evidence_bundle_d471a232,types_37_32ccf9f9,index_17_642943a2,projection_1b250ea1,types_39_d07de160,validation_7_c4e6d8b6 toolNode
+   class node_agent_mmd_orchestration_layer_orchestration_chec_7a9f0b64,node_agent_mmd_llm_model_layer_llmlayer_check_codex_a_29e7b7fa,node_agent_mmd_tool_layer_toollayer_check_codex_agent_4b361d5a,node_agent_mmd_orchestration_layer_orchestration_chec_7fd47f5c,node_agent_mmd_llm_model_layer_llmlayer_check_steerin_0e1bf90d,node_agent_mmd_tool_layer_toollayer_check_steering_fe_eafecf3a,node_agent_mmd_memory_vector_layer_memorylayer_check__64c86928,check_tooling_baseline_parity_3124b30a,node_agent_mmd_orchestration_layer_orchestration_run__18817957,node_agent_mmd_llm_model_layer_llmlayer_run_harness_e_603fcfdc,node_agent_mmd_tool_layer_toollayer_run_harness_evals_e2ee24f1,node_agent_mmd_memory_vector_layer_memorylayer_run_ha_5b637d0d,validate_action_review_receipt_fa2f06c3,node_agent_mmd_orchestration_layer_orchestration_vali_c01b04be,node_agent_mmd_llm_model_layer_llmlayer_validate_pack_2a12e1f4,node_agent_mmd_tool_layer_toollayer_validate_packaged_2855c827,validate_replay_packet_f309747e,node_agent_mmd_tool_layer_toollayer_ci_migrate_core_c_049f8460,node_agent_mmd_memory_vector_layer_memorylayer_ci_mig_0cd5b1a4,doctor_checks_5a2eb2b9,doctor_github_tool_check_e0a938df,doctor_github_tool_checks_a53b0382,doctor_tool_checks_4acac51a,fleet_plan_repo_ecdc6499,next_blocked_decisions_4140ad2b,next_pr_closeout_contract_af31d30a,policy_gate_213f7313,remediate_cli_output_cc165396,node_agent_mmd_orchestration_layer_orchestration_reme_359fe98f,node_agent_mmd_llm_model_layer_llmlayer_remediate_run_9e3d4585,node_agent_mmd_tool_layer_toollayer_remediate_runner__c003b871,node_agent_mmd_tool_layer_toollayer_review_gate_core__7704598b,node_agent_mmd_memory_vector_layer_memorylayer_review_5bee9816,index_1bc04b52,types_1_4ecdf56e,validation_constants_e002a0f6,validation_98c41dcd,node_agent_mmd_orchestration_layer_orchestration_chec_0550c395,node_agent_mmd_tool_layer_toollayer_checker_checker_2_453d593b,node_agent_mmd_memory_vector_layer_memorylayer_checke_a583eb4f,node_agent_mmd_orchestration_layer_orchestration_shar_724ef5f0,node_agent_mmd_tool_layer_toollayer_shared_state_poli_53734acd,cli_args_1_6144b055,node_agent_mmd_orchestration_layer_orchestration_comm_6e41a7f7,node_agent_mmd_tool_layer_toollayer_command_capabilit_7fe13db1,node_agent_mmd_tool_layer_toollayer_command_capabilit_e97a4615,node_agent_mmd_memory_vector_layer_memorylayer_comman_c72a5d05,linear_command_actions_e430f4f4,node_agent_mmd_orchestration_layer_orchestration_line_b67affd5,node_agent_mmd_tool_layer_toollayer_linear_command_ru_d6763748,node_agent_mmd_orchestration_layer_orchestration_poli_3270b55d,node_agent_mmd_tool_layer_toollayer_policy_validators_af136abf,node_agent_mmd_memory_vector_layer_memorylayer_policy_1944de42,shared_state_action_validator_e7b128cd,node_agent_mmd_orchestration_layer_orchestration_type_7cf81261,node_agent_mmd_tool_layer_toollayer_types_core_types__6c8319b6,node_agent_mmd_memory_vector_layer_memorylayer_types__83f369fa,node_agent_mmd_orchestration_layer_orchestration_vali_d9fe99e6,node_agent_mmd_tool_layer_toollayer_validator_core_va_6ef6131f,node_agent_mmd_memory_vector_layer_memorylayer_valida_41034356,validator_helpers_7b927667,node_agent_mmd_orchestration_layer_orchestration_he_p_fc778c24,node_agent_mmd_tool_layer_toollayer_he_phase_exit_cor_af016160,environment_runtime_3206f0a8,observed_skill_usage_ed7d5930,closure_evidence_aaa31467,pr_creator_dc6b1ea4,client_948fe603,init_output_360dce91,scaffold_ci_templates_2afd6392,scaffold_codex_environment_templates_334fbbed,scaffold_config_templates_4b80ce53,node_agent_mmd_orchestration_layer_orchestration_scaf_c9a90c2f,node_agent_mmd_tool_layer_toollayer_scaffold_environm_c1afc013,node_agent_mmd_memory_vector_layer_memorylayer_scaffo_12b42341,scaffold_github_actions_pr_pipeline_renderer_1ee18de5,scaffold_github_actions_pr_pipeline_template_e2b85f62,scaffold_package_command_template_80e32e83,scaffold_release_private_npm_template_075499f8,node_agent_mmd_llm_model_layer_llmlayer_constants_con_c9bd3f6c,node_agent_mmd_tool_layer_toollayer_constants_constan_9d71b829,index_9_32dd4d91,validation_common_6161e48b,node_agent_mmd_tool_layer_toollayer_cli_cli_2_1_32d9eeaf,node_agent_mmd_memory_vector_layer_memorylayer_cli_cl_1f1f89ab,node_agent_mmd_tool_layer_toollayer_metrics_tracker_m_4c9237d8,node_agent_mmd_memory_vector_layer_memorylayer_metric_12562178,normalise_renderer_85f2e563,evaluation_engine_core_e054fe49,node_agent_mmd_orchestration_layer_orchestration_tool_cc43149f,node_agent_mmd_tool_layer_toollayer_tooling_baseline__61e66e9f,node_agent_mmd_memory_vector_layer_memorylayer_toolin_14f86b00,node_agent_mmd_orchestration_layer_orchestration_prom_d17b4de2,node_agent_mmd_llm_model_layer_llmlayer_prompt_contex_81f9066a,node_agent_mmd_tool_layer_toollayer_prompt_context_dr_a2772f2b,node_agent_mmd_memory_vector_layer_memorylayer_prompt_ae34fc43,node_agent_mmd_orchestration_layer_orchestration_prom_77088997,node_agent_mmd_llm_model_layer_llmlayer_prompt_contex_e5066b88,node_agent_mmd_tool_layer_toollayer_prompt_context_dr_bd82da46,node_agent_mmd_memory_vector_layer_memorylayer_prompt_efd77624,replay_packet_a1293f88,index_14_d982116c,review_lifecycle_contract_e5447221,review_lifecycle_89afa64c,node_agent_mmd_tool_layer_toollayer_runtime_card_code_3636ceac,node_agent_mmd_memory_vector_layer_memorylayer_runtim_a5d23e7f,runtime_card_codex_runtime_0655e230,runtime_evidence_bundle_d471a232,types_37_32ccf9f9,index_17_642943a2,projection_1b250ea1,types_39_d07de160,validation_8_b9fa10af toolNode
  classDef memNode fill:#555,color:#fff
  class node_agent_mmd_orchestration_layer_orchestration_chec_7fd47f5c,node_agent_mmd_llm_model_layer_llmlayer_check_steerin_0e1bf90d,node_agent_mmd_tool_layer_toollayer_check_steering_fe_eafecf3a,node_agent_mmd_memory_vector_layer_memorylayer_check__64c86928,normalize_workflow_contracts_8701f1c8,node_agent_mmd_orchestration_layer_orchestration_run__18817957,node_agent_mmd_llm_model_layer_llmlayer_run_harness_e_603fcfdc,node_agent_mmd_tool_layer_toollayer_run_harness_evals_e2ee24f1,node_agent_mmd_memory_vector_layer_memorylayer_run_ha_5b637d0d,sync_codex_preflight_7e7a8dc2,test_harness_upgrade_matrix_84113c4e,node_agent_mmd_llm_model_layer_llmlayer_validate_prom_9880f764,node_agent_mmd_memory_vector_layer_memorylayer_valida_c52c4db8,validate_runtime_packet_schemas_bc3ba8ec,node_agent_mmd_llm_model_layer_llmlayer_validate_syst_5636156e,node_agent_mmd_memory_vector_layer_memorylayer_valida_db599a97,validate_workflow_contracts_33dc063c,branch_protect_core_a8feb0fd,node_agent_mmd_tool_layer_toollayer_ci_migrate_core_c_049f8460,node_agent_mmd_memory_vector_layer_memorylayer_ci_mig_0cd5b1a4,context_health_80bb7da9,node_agent_mmd_llm_model_layer_llmlayer_context_conte_ad2dfbd9,node_agent_mmd_memory_vector_layer_memorylayer_contex_78ceaaa9,docs_gate_classification_2f51c90b,docs_gate_types_d285abb6,node_agent_mmd_llm_model_layer_llmlayer_index_context_1041bd11,node_agent_mmd_memory_vector_layer_memorylayer_index__6f3402d0,local_memory_preflight_dcc36c42,memory_gate_a577a506,node_agent_mmd_orchestration_layer_orchestration_next_bd28cb25,node_agent_mmd_llm_model_layer_llmlayer_next_prompt_c_bdfb9c8c,node_agent_mmd_memory_vector_layer_memorylayer_next_p_25a3d4ff,node_agent_mmd_orchestration_layer_orchestration_next_2419fcae,node_agent_mmd_llm_model_layer_llmlayer_next_recommen_b2930791,node_agent_mmd_memory_vector_layer_memorylayer_next_r_ef64c9f9,node_agent_mmd_orchestration_layer_orchestration_next_5393fba1,node_agent_mmd_memory_vector_layer_memorylayer_next_r_7feb80cc,pattern_scope_siblings_43abe000,review_context_ca6cf81d,node_agent_mmd_tool_layer_toollayer_review_gate_core__7704598b,node_agent_mmd_memory_vector_layer_memorylayer_review_5bee9816,node_agent_mmd_llm_model_layer_llmlayer_search_search_66b9a911,node_agent_mmd_memory_vector_layer_memorylayer_search_ac35cb7e,session_context_e5ec72c0,node_agent_mmd_orchestration_layer_orchestration_tool_acfe0c01,node_agent_mmd_memory_vector_layer_memorylayer_toolin_a1185b8f,run_local_memory_preflight_36e92808,node_agent_mmd_orchestration_layer_orchestration_chec_0550c395,node_agent_mmd_tool_layer_toollayer_checker_checker_2_453d593b,node_agent_mmd_memory_vector_layer_memorylayer_checke_a583eb4f,node_agent_mmd_orchestration_layer_orchestration_cont_61b3b9c9,node_agent_mmd_llm_model_layer_llmlayer_context_healt_cfc0bfa8,node_agent_mmd_memory_vector_layer_memorylayer_contex_3204aa0e,node_agent_mmd_orchestration_layer_orchestration_type_4f906dcc,node_agent_mmd_memory_vector_layer_memorylayer_types__9ad640a0,branch_protect_sync_570adb18,node_agent_mmd_tool_layer_toollayer_command_capabilit_e97a4615,node_agent_mmd_memory_vector_layer_memorylayer_comman_c72a5d05,node_agent_mmd_orchestration_layer_orchestration_comm_1f8cc24c,node_agent_mmd_llm_model_layer_llmlayer_command_specs_782af9fa,node_agent_mmd_memory_vector_layer_memorylayer_comman_111eb454,local_memory_preflight_command_spec_9e23f3ce,memory_gate_command_spec_dc9001a9,review_gate_command_spec_3187376a,session_context_command_spec_973afbb1,node_agent_mmd_llm_model_layer_llmlayer_constants_con_c9bd3f6c,node_agent_mmd_memory_vector_layer_memorylayer_consta_702d3f46,context_compact_policy_3dcaf95d,node_agent_mmd_llm_model_layer_llmlayer_index_index_1_02e160ff,node_agent_mmd_memory_vector_layer_memorylayer_index__752bc61e,node_agent_mmd_llm_model_layer_llmlayer_indexer_index_4f4deef5,node_agent_mmd_memory_vector_layer_memorylayer_indexe_93e6d86f,init_error_5c7dd49f,lexical_fallback_723e2b3e,node_agent_mmd_llm_model_layer_llmlayer_ollama_ollama_968b23fa,node_agent_mmd_memory_vector_layer_memorylayer_ollama_6d51be16,rollout_a4fa034c,sources_878a52fc,store_824d80d7,node_agent_mmd_llm_model_layer_llmlayer_sync_contract_9f3cc8c1,node_agent_mmd_memory_vector_layer_memorylayer_sync_c_e43418bc,types_8_f6283648,harness_run_context_ac7c77a9,index_4_013aa0e3,json_schema_core_96d7e328,node_agent_mmd_orchestration_layer_orchestration_poli_3270b55d,node_agent_mmd_tool_layer_toollayer_policy_validators_af136abf,node_agent_mmd_memory_vector_layer_memorylayer_policy_1944de42,node_agent_mmd_orchestration_layer_orchestration_type_7cf81261,node_agent_mmd_tool_layer_toollayer_types_core_types__6c8319b6,node_agent_mmd_memory_vector_layer_memorylayer_types__83f369fa,node_agent_mmd_orchestration_layer_orchestration_vali_d9fe99e6,node_agent_mmd_tool_layer_toollayer_validator_core_va_6ef6131f,node_agent_mmd_memory_vector_layer_memorylayer_valida_41034356,archive_candidates_scanner_d0931789,archive_candidates_dc0e40e1,docs_task_eval_contract_79347457,docs_task_eval_fixtures_44902755,node_agent_mmd_orchestration_layer_orchestration_init_2a9c3ecb,node_agent_mmd_memory_vector_layer_memorylayer_init_m_333d02c5,node_agent_mmd_orchestration_layer_orchestration_proj_6ab6f60f,node_agent_mmd_memory_vector_layer_memorylayer_projec_3ae304d9,scaffold_diagram_templates_dd88e83c,node_agent_mmd_orchestration_layer_orchestration_scaf_12cc07db,node_agent_mmd_memory_vector_layer_memorylayer_scaffo_5fd73b94,node_agent_mmd_orchestration_layer_orchestration_scaf_c9a90c2f,node_agent_mmd_tool_layer_toollayer_scaffold_environm_c1afc013,node_agent_mmd_memory_vector_layer_memorylayer_scaffo_12b42341,scaffold_hook_templates_8c74ab50,scaffold_root_command_templates_404fed7f,scaffold_script_template_registry_69312d4e,scaffold_shell_templates_0ad0f915,scaffold_surfaces_12d6494e,node_agent_mmd_orchestration_layer_orchestration_scaf_ff8f92f6,node_agent_mmd_memory_vector_layer_memorylayer_scaffo_a86eece1,scaffold_workflow_template_92310587,eval_seed_5699fd3e,index_10_f6785a46,review_context_1_e3afed15,memory_gate_1_265164ac,branch_enforcer_acb749cd,cli_args_5_09ea29f0,node_agent_mmd_tool_layer_toollayer_cli_cli_2_1_32d9eeaf,node_agent_mmd_memory_vector_layer_memorylayer_cli_cl_1f1f89ab,node_agent_mmd_tool_layer_toollayer_metrics_tracker_m_4c9237d8,node_agent_mmd_memory_vector_layer_memorylayer_metric_12562178,types_20_071a0112,validator_5_b19ac2be,node_agent_mmd_orchestration_layer_orchestration_clas_899b821a,node_agent_mmd_memory_vector_layer_memorylayer_classi_1ebbf5ff,node_agent_mmd_orchestration_layer_orchestration_tool_cc43149f,node_agent_mmd_tool_layer_toollayer_tooling_baseline__61e66e9f,node_agent_mmd_memory_vector_layer_memorylayer_toolin_14f86b00,claim_helpers_20dc8387,types_25_89d086aa,local_memory_smoke_1175abfc,local_memory_0db17ecc,performance_overload_c685bfcf,node_agent_mmd_orchestration_layer_orchestration_sugg_85c5ebe3,node_agent_mmd_memory_vector_layer_memorylayer_sugges_267f408d,node_agent_mmd_orchestration_layer_orchestration_prom_d17b4de2,node_agent_mmd_llm_model_layer_llmlayer_prompt_contex_81f9066a,node_agent_mmd_tool_layer_toollayer_prompt_context_dr_a2772f2b,node_agent_mmd_memory_vector_layer_memorylayer_prompt_ae34fc43,node_agent_mmd_orchestration_layer_orchestration_prom_77088997,node_agent_mmd_llm_model_layer_llmlayer_prompt_contex_e5066b88,node_agent_mmd_tool_layer_toollayer_prompt_context_dr_bd82da46,node_agent_mmd_memory_vector_layer_memorylayer_prompt_efd77624,node_agent_mmd_llm_model_layer_llmlayer_prompt_contex_6426acc2,node_agent_mmd_memory_vector_layer_memorylayer_prompt_55c0d605,types_32_bfe791ff,policy_1_fc4198db,node_agent_mmd_tool_layer_toollayer_runtime_card_code_3636ceac,node_agent_mmd_memory_vector_layer_memorylayer_runtim_a5d23e7f,cli_12_01c06c37,collector_0736fd5b,types_35_93e66c64,overload_guard_2748c559 memNode
